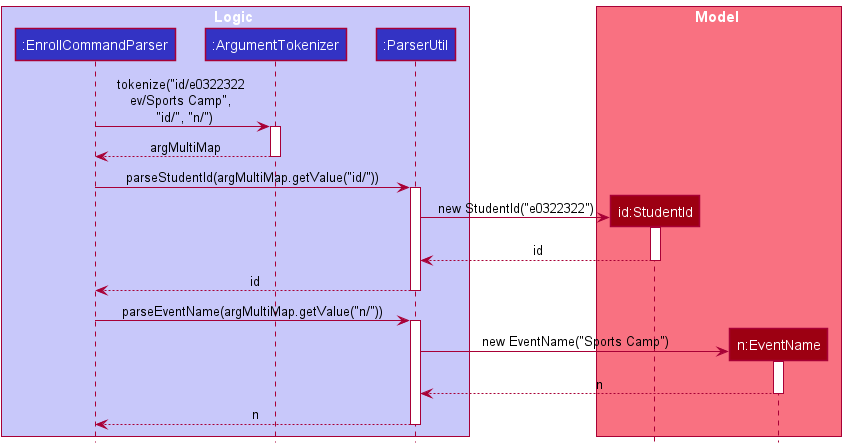
Above: docs/images/EnrollParseArguments.png in wowsiddanth/tp (PlantUML), before the change. Its source is kept beside it as docs/diagrams/EnrollParseArguments.puml.
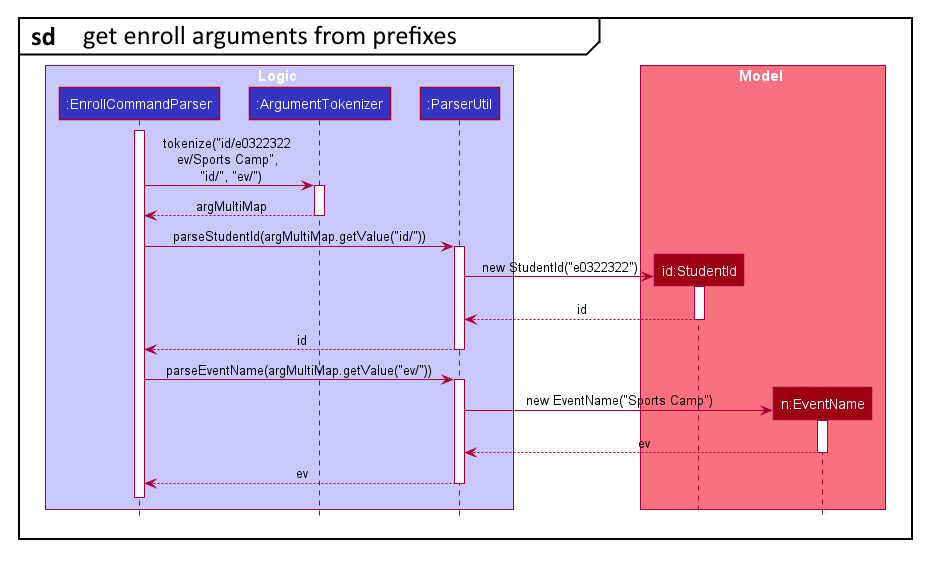
The same file after the commit.

The edit, as a diff of the source:
```diff
@@ -12,9 +12,9 @@
 participant "n:EventName" as EventName MODEL_COLOR
 end box
 
+activate EnrollCommandParser
 
-
-EnrollCommandParser -> ArgumentTokenizer: tokenize("id/e0322322 \nev/Sports Camp", \n "id/", "n/")
+EnrollCommandParser -> ArgumentTokenizer: tokenize("id/e0322322 \nev/Sports Camp", \n "id/", "ev/")
 activate ArgumentTokenizer
 
 ArgumentTokenizer --> EnrollCommandParser: argMultiMap
@@ -33,19 +33,21 @@
 ParserUtil --> EnrollCommandParser: id
 deactivate ParserUtil
 
-EnrollCommandParser -> ParserUtil:parseEventName(argMultiMap.getValue("n/"))
+EnrollCommandParser -> ParserUtil:parseEventName(argMultiMap.getValue("ev/"))
 activate ParserUtil
 
 create EventName
 ParserUtil -> EventName: new EventName("Sports Camp")
 activate EventName
 
-EventName --> ParserUtil: n
+EventName --> ParserUtil: ev
 deactivate EventName
 
-ParserUtil --> EnrollCommandParser: n
+ParserUtil --> EnrollCommandParser: ev
 deactivate ParserUtil
 
+EnrollCommandParser -[hidden]-> ArgumentTokenizer
+deactivate EnrollCommandParser
 
 
 @enduml
```
